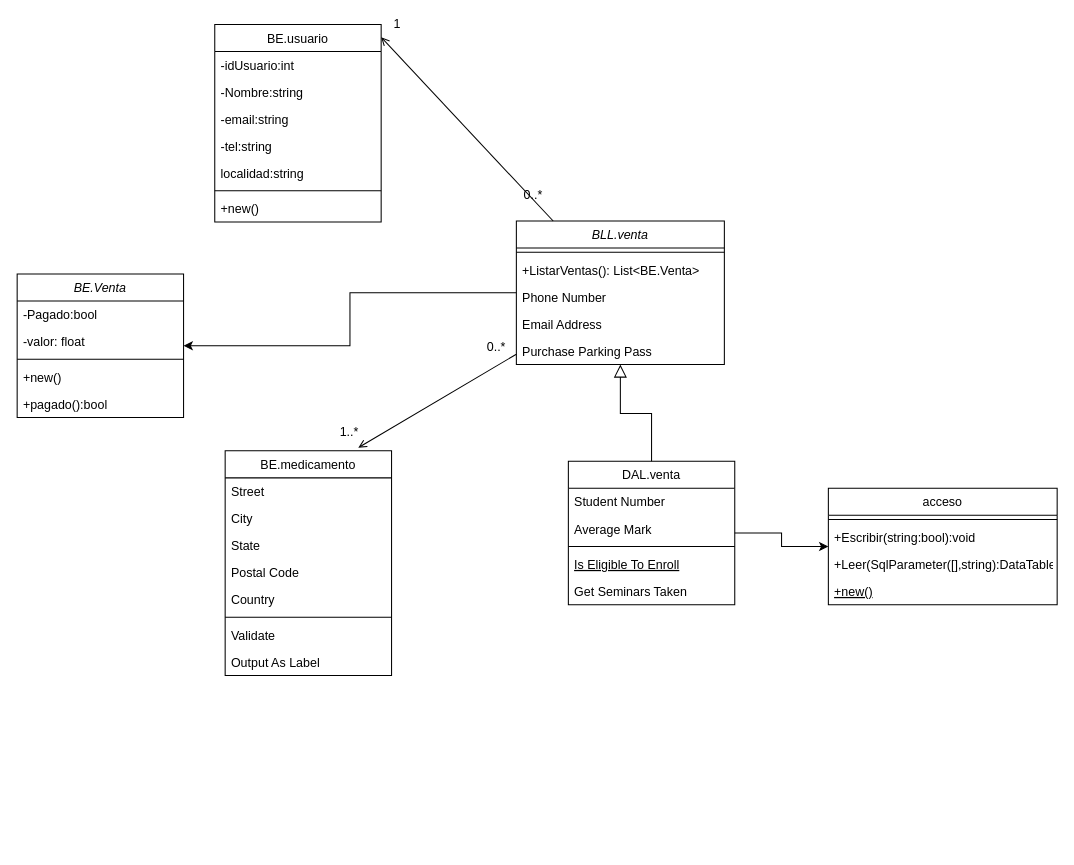
This is ayds3.drawio from phoenix1179/BD, a draw.io file, before an edit. Source tidied: cells renumbered, new cells numbered last; positions are measured from the earlier drawing's top-left corner, leaving out a move shared by most shapes. Both pictures are drawn from the tidied source at 104%, with x=0, y=0 at pixel (17, 24).
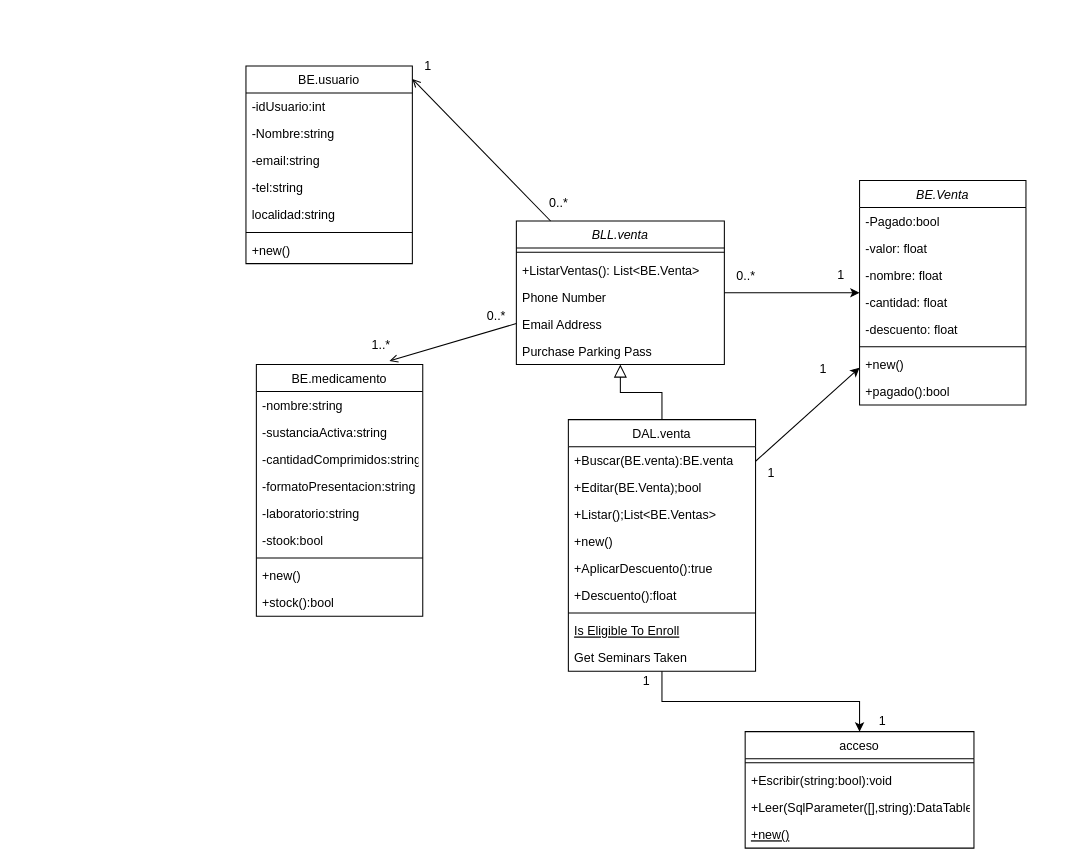
The same page after the edit.

The change refers to these unchanged cells:
```xml
<mxCell id="37" style="endArrow=open;shadow=0;strokeWidth=1;rounded=0;endFill=1;elbow=vertical;entryX=1;entryY=0.065;entryDx=0;entryDy=0;entryPerimeter=0;" parent="1" edge="1" source="3" target="29">
  <mxGeometry x="0.5" y="41" relative="1" as="geometry">
    <mxPoint x="-40" y="32" as="offset" />
  </mxGeometry>
</mxCell>
```

The edit, as a diff of the source:
```diff
@@
     <mxCell id="10" value="DAL.venta" style="swimlane;fontStyle=0;align=center;verticalAlign=top;horizontal=1;startSize=26;rounded=0;shadow=0;strokeWidth=1;" parent="1" vertex="1">
-      <mxGeometry x="530" y="420" width="160" height="138" as="geometry" />
+      <mxGeometry x="530" y="380" width="180" height="242" as="geometry" />
     </mxCell>
-    <mxCell id="11" value="Student Number" style="text;align=left;verticalAlign=top;spacingLeft=4;spacingRight=4;overflow=hidden;" parent="10" vertex="1">
-      <mxGeometry y="26" width="160" height="26" as="geometry" />
+    <mxCell id="11" value="+Buscar(BE.venta):BE.venta" style="text;align=left;verticalAlign=top;spacingLeft=4;spacingRight=4;overflow=hidden;" parent="10" vertex="1">
+      <mxGeometry y="26" width="180" height="26" as="geometry" />
     </mxCell>
+    <mxCell id="51" value="+Editar(BE.Venta);bool" style="text;align=left;verticalAlign=top;spacingLeft=4;spacingRight=4;overflow=hidden;rounded=0;shadow=0;html=0;" parent="10" vertex="1">
+      <mxGeometry y="52" width="180" height="26" as="geometry" />
+    </mxCell>
+    <mxCell id="52" value="+Listar();List&lt;BE.Ventas&gt;" style="text;align=left;verticalAlign=top;spacingLeft=4;spacingRight=4;overflow=hidden;rounded=0;shadow=0;html=0;" parent="10" vertex="1">
+      <mxGeometry y="78" width="180" height="26" as="geometry" />
+    </mxCell>
-    <mxCell id="12" value="Average Mark" style="text;align=left;verticalAlign=top;spacingLeft=4;spacingRight=4;overflow=hidden;rounded=0;shadow=0;html=0;" parent="10" vertex="1">
-      <mxGeometry y="52" width="160" height="26" as="geometry" />
+    <mxCell id="12" value="+new()" style="text;align=left;verticalAlign=top;spacingLeft=4;spacingRight=4;overflow=hidden;rounded=0;shadow=0;html=0;" parent="10" vertex="1">
+      <mxGeometry y="104" width="180" height="26" as="geometry" />
     </mxCell>
+    <mxCell id="53" value="+AplicarDescuento():true" style="text;align=left;verticalAlign=top;spacingLeft=4;spacingRight=4;overflow=hidden;rounded=0;shadow=0;html=0;" parent="10" vertex="1">
+      <mxGeometry y="130" width="180" height="26" as="geometry" />
+    </mxCell>
+    <mxCell id="54" value="+Descuento():float" style="text;align=left;verticalAlign=top;spacingLeft=4;spacingRight=4;overflow=hidden;rounded=0;shadow=0;html=0;" parent="10" vertex="1">
+      <mxGeometry y="156" width="180" height="26" as="geometry" />
+    </mxCell>
     <mxCell id="13" style="line;html=1;strokeWidth=1;align=left;verticalAlign=middle;spacingTop=-1;spacingLeft=3;spacingRight=3;labelPosition=right;" parent="10" vertex="1">
-      <mxGeometry y="78" width="160" height="8" as="geometry" />
+      <mxGeometry y="182" width="180" height="8" as="geometry" />
     </mxCell>
     <mxCell id="14" value="Is Eligible To Enroll" style="text;align=left;verticalAlign=top;spacingLeft=4;spacingRight=4;overflow=hidden;fontStyle=4;" parent="10" vertex="1">
-      <mxGeometry y="86" width="160" height="26" as="geometry" />
+      <mxGeometry y="190" width="180" height="26" as="geometry" />
     </mxCell>
     <mxCell id="15" value="Get Seminars Taken" style="text;align=left;verticalAlign=top;spacingLeft=4;spacingRight=4;overflow=hidden;" parent="10" vertex="1">
-      <mxGeometry y="112" width="160" height="26" as="geometry" />
+      <mxGeometry y="216" width="180" height="26" as="geometry" />
     </mxCell>
@@
     <mxCell id="17" value="BE.medicamento" style="swimlane;fontStyle=0;align=center;verticalAlign=top;horizontal=1;startSize=26;rounded=0;shadow=0;strokeWidth=1;" parent="1" vertex="1">
-      <mxGeometry x="200" y="410" width="160" height="216" as="geometry" />
+      <mxGeometry x="230" y="327" width="160" height="242" as="geometry" />
     </mxCell>
-    <mxCell id="18" value="Street" style="text;align=left;verticalAlign=top;spacingLeft=4;spacingRight=4;overflow=hidden;" parent="17" vertex="1">
+    <mxCell id="18" value="-nombre:string" style="text;align=left;verticalAlign=top;spacingLeft=4;spacingRight=4;overflow=hidden;" parent="17" vertex="1">
       <mxGeometry y="26" width="160" height="26" as="geometry" />
     </mxCell>
-    <mxCell id="19" value="City" style="text;align=left;verticalAlign=top;spacingLeft=4;spacingRight=4;overflow=hidden;rounded=0;shadow=0;html=0;" parent="17" vertex="1">
+    <mxCell id="19" value="-sustanciaActiva:string" style="text;align=left;verticalAlign=top;spacingLeft=4;spacingRight=4;overflow=hidden;rounded=0;shadow=0;html=0;" parent="17" vertex="1">
       <mxGeometry y="52" width="160" height="26" as="geometry" />
     </mxCell>
-    <mxCell id="20" value="State" style="text;align=left;verticalAlign=top;spacingLeft=4;spacingRight=4;overflow=hidden;rounded=0;shadow=0;html=0;" parent="17" vertex="1">
+    <mxCell id="20" value="-cantidadComprimidos:string" style="text;align=left;verticalAlign=top;spacingLeft=4;spacingRight=4;overflow=hidden;rounded=0;shadow=0;html=0;" parent="17" vertex="1">
       <mxGeometry y="78" width="160" height="26" as="geometry" />
     </mxCell>
-    <mxCell id="21" value="Postal Code" style="text;align=left;verticalAlign=top;spacingLeft=4;spacingRight=4;overflow=hidden;rounded=0;shadow=0;html=0;" parent="17" vertex="1">
+    <mxCell id="21" value="-formatoPresentacion:string" style="text;align=left;verticalAlign=top;spacingLeft=4;spacingRight=4;overflow=hidden;rounded=0;shadow=0;html=0;" parent="17" vertex="1">
       <mxGeometry y="104" width="160" height="26" as="geometry" />
     </mxCell>
+    <mxCell id="55" value="-laboratorio:string" style="text;align=left;verticalAlign=top;spacingLeft=4;spacingRight=4;overflow=hidden;rounded=0;shadow=0;html=0;" parent="17" vertex="1">
+      <mxGeometry y="130" width="160" height="26" as="geometry" />
+    </mxCell>
-    <mxCell id="22" value="Country" style="text;align=left;verticalAlign=top;spacingLeft=4;spacingRight=4;overflow=hidden;rounded=0;shadow=0;html=0;" parent="17" vertex="1">
-      <mxGeometry y="130" width="160" height="26" as="geometry" />
+    <mxCell id="22" value="-stook:bool" style="text;align=left;verticalAlign=top;spacingLeft=4;spacingRight=4;overflow=hidden;rounded=0;shadow=0;html=0;" parent="17" vertex="1">
+      <mxGeometry y="156" width="160" height="26" as="geometry" />
     </mxCell>
     <mxCell id="23" style="line;html=1;strokeWidth=1;align=left;verticalAlign=middle;spacingTop=-1;spacingLeft=3;spacingRight=3;labelPosition=right;" parent="17" vertex="1">
-      <mxGeometry y="156" width="160" height="8" as="geometry" />
+      <mxGeometry y="182" width="160" height="8" as="geometry" />
     </mxCell>
-    <mxCell id="24" value="Validate" style="text;align=left;verticalAlign=top;spacingLeft=4;spacingRight=4;overflow=hidden;" parent="17" vertex="1">
-      <mxGeometry y="164" width="160" height="26" as="geometry" />
+    <mxCell id="24" value="+new()" style="text;align=left;verticalAlign=top;spacingLeft=4;spacingRight=4;overflow=hidden;" parent="17" vertex="1">
+      <mxGeometry y="190" width="160" height="26" as="geometry" />
     </mxCell>
-    <mxCell id="25" value="Output As Label" style="text;align=left;verticalAlign=top;spacingLeft=4;spacingRight=4;overflow=hidden;" parent="17" vertex="1">
-      <mxGeometry y="190" width="160" height="26" as="geometry" />
+    <mxCell id="25" value="+stock():bool" style="text;align=left;verticalAlign=top;spacingLeft=4;spacingRight=4;overflow=hidden;" parent="17" vertex="1">
+      <mxGeometry y="216" width="160" height="26" as="geometry" />
     </mxCell>
@@
     <mxCell id="29" value="BE.usuario" style="swimlane;fontStyle=0;align=center;verticalAlign=top;horizontal=1;startSize=26;rounded=0;shadow=0;strokeWidth=1;" parent="1" vertex="1">
-      <mxGeometry x="190" width="160" height="190" as="geometry" />
+      <mxGeometry x="220" y="40" width="160" height="190" as="geometry" />
     </mxCell>
@@
     <mxCell id="38" value="0..*" style="align=left;verticalAlign=bottom;labelBackgroundColor=none;fontSize=12;" parent="37" vertex="1">
       <mxGeometry x="-1" relative="1" as="geometry">
-        <mxPoint x="-30" y="-17" as="offset" />
+        <mxPoint x="-3" y="-9" as="offset" />
       </mxGeometry>
     </mxCell>
@@
     <mxCell id="40" value="acceso" style="swimlane;fontStyle=0;align=center;verticalAlign=top;horizontal=1;startSize=26;rounded=0;shadow=0;strokeWidth=1;" parent="1" vertex="1">
-      <mxGeometry x="780" y="446" width="220" height="112" as="geometry" />
+      <mxGeometry x="700" y="680" width="220" height="112" as="geometry" />
     </mxCell>
@@
     <mxCell id="45" value="BE.Venta" style="swimlane;fontStyle=2;align=center;verticalAlign=top;horizontal=1;startSize=26;rounded=0;shadow=0;strokeWidth=1;" parent="1" vertex="1">
-      <mxGeometry y="240" width="160" height="138" as="geometry" />
+      <mxGeometry x="810" y="150" width="160" height="216" as="geometry" />
     </mxCell>
@@
+    <mxCell id="56" value="-valor: float" style="text;align=left;verticalAlign=top;spacingLeft=4;spacingRight=4;overflow=hidden;rounded=0;shadow=0;html=0;" parent="45" vertex="1">
+      <mxGeometry y="52" width="160" height="26" as="geometry" />
+    </mxCell>
+    <mxCell id="57" value="-nombre: float" style="text;align=left;verticalAlign=top;spacingLeft=4;spacingRight=4;overflow=hidden;rounded=0;shadow=0;html=0;" parent="45" vertex="1">
+      <mxGeometry y="78" width="160" height="26" as="geometry" />
+    </mxCell>
+    <mxCell id="58" value="-cantidad: float" style="text;align=left;verticalAlign=top;spacingLeft=4;spacingRight=4;overflow=hidden;rounded=0;shadow=0;html=0;" parent="45" vertex="1">
+      <mxGeometry y="104" width="160" height="26" as="geometry" />
+    </mxCell>
-    <mxCell id="47" value="-valor: float" style="text;align=left;verticalAlign=top;spacingLeft=4;spacingRight=4;overflow=hidden;rounded=0;shadow=0;html=0;" parent="45" vertex="1">
-      <mxGeometry y="52" width="160" height="26" as="geometry" />
+    <mxCell id="47" value="-descuento: float" style="text;align=left;verticalAlign=top;spacingLeft=4;spacingRight=4;overflow=hidden;rounded=0;shadow=0;html=0;" parent="45" vertex="1">
+      <mxGeometry y="130" width="160" height="26" as="geometry" />
     </mxCell>
     <mxCell id="48" style="line;html=1;strokeWidth=1;align=left;verticalAlign=middle;spacingTop=-1;spacingLeft=3;spacingRight=3;labelPosition=right;" parent="45" vertex="1">
-      <mxGeometry y="78" width="160" height="8" as="geometry" />
+      <mxGeometry y="156" width="160" height="8" as="geometry" />
     </mxCell>
     <mxCell id="49" value="+new()" style="text;align=left;verticalAlign=top;spacingLeft=4;spacingRight=4;overflow=hidden;" parent="45" vertex="1">
-      <mxGeometry y="86" width="160" height="26" as="geometry" />
+      <mxGeometry y="164" width="160" height="26" as="geometry" />
     </mxCell>
     <mxCell id="50" value="+pagado():bool" style="text;align=left;verticalAlign=top;spacingLeft=4;spacingRight=4;overflow=hidden;" parent="45" vertex="1">
-      <mxGeometry y="112" width="160" height="26" as="geometry" />
+      <mxGeometry y="190" width="160" height="26" as="geometry" />
     </mxCell>
+    <mxCell id="59" style="rounded=0;jettySize=auto;html=1;" parent="1" edge="1" source="10" target="45">
+      <mxGeometry relative="1" as="geometry" />
+    </mxCell>
+    <mxCell id="60" value="0..*" style="align=left;verticalAlign=bottom;labelBackgroundColor=none;fontSize=12;" parent="1" vertex="1">
+      <mxGeometry x="690" y="250" as="geometry" />
+    </mxCell>
+    <mxCell id="61" value="1" style="align=left;verticalAlign=bottom;labelBackgroundColor=none;fontSize=12;" parent="1" vertex="1">
+      <mxGeometry x="800" y="240" as="geometry">
+        <mxPoint x="-13" y="9" as="offset" />
+      </mxGeometry>
+    </mxCell>
+    <mxCell id="62" value="1" style="align=left;verticalAlign=bottom;labelBackgroundColor=none;fontSize=12;" parent="1" vertex="1">
+      <mxGeometry x="720" y="440" as="geometry" />
+    </mxCell>
+    <mxCell id="63" value="1" style="align=left;verticalAlign=bottom;labelBackgroundColor=none;fontSize=12;" parent="1" vertex="1">
+      <mxGeometry x="770" y="340" as="geometry" />
+    </mxCell>
+    <mxCell id="64" value="1" style="align=left;verticalAlign=bottom;labelBackgroundColor=none;fontSize=12;" parent="1" vertex="1">
+      <mxGeometry x="730" y="450" as="geometry">
+        <mxPoint x="97" y="228" as="offset" />
+      </mxGeometry>
+    </mxCell>
+    <mxCell id="65" value="1" style="align=left;verticalAlign=bottom;labelBackgroundColor=none;fontSize=12;" parent="1" vertex="1">
+      <mxGeometry x="600" y="640" as="geometry" />
+    </mxCell>
```
